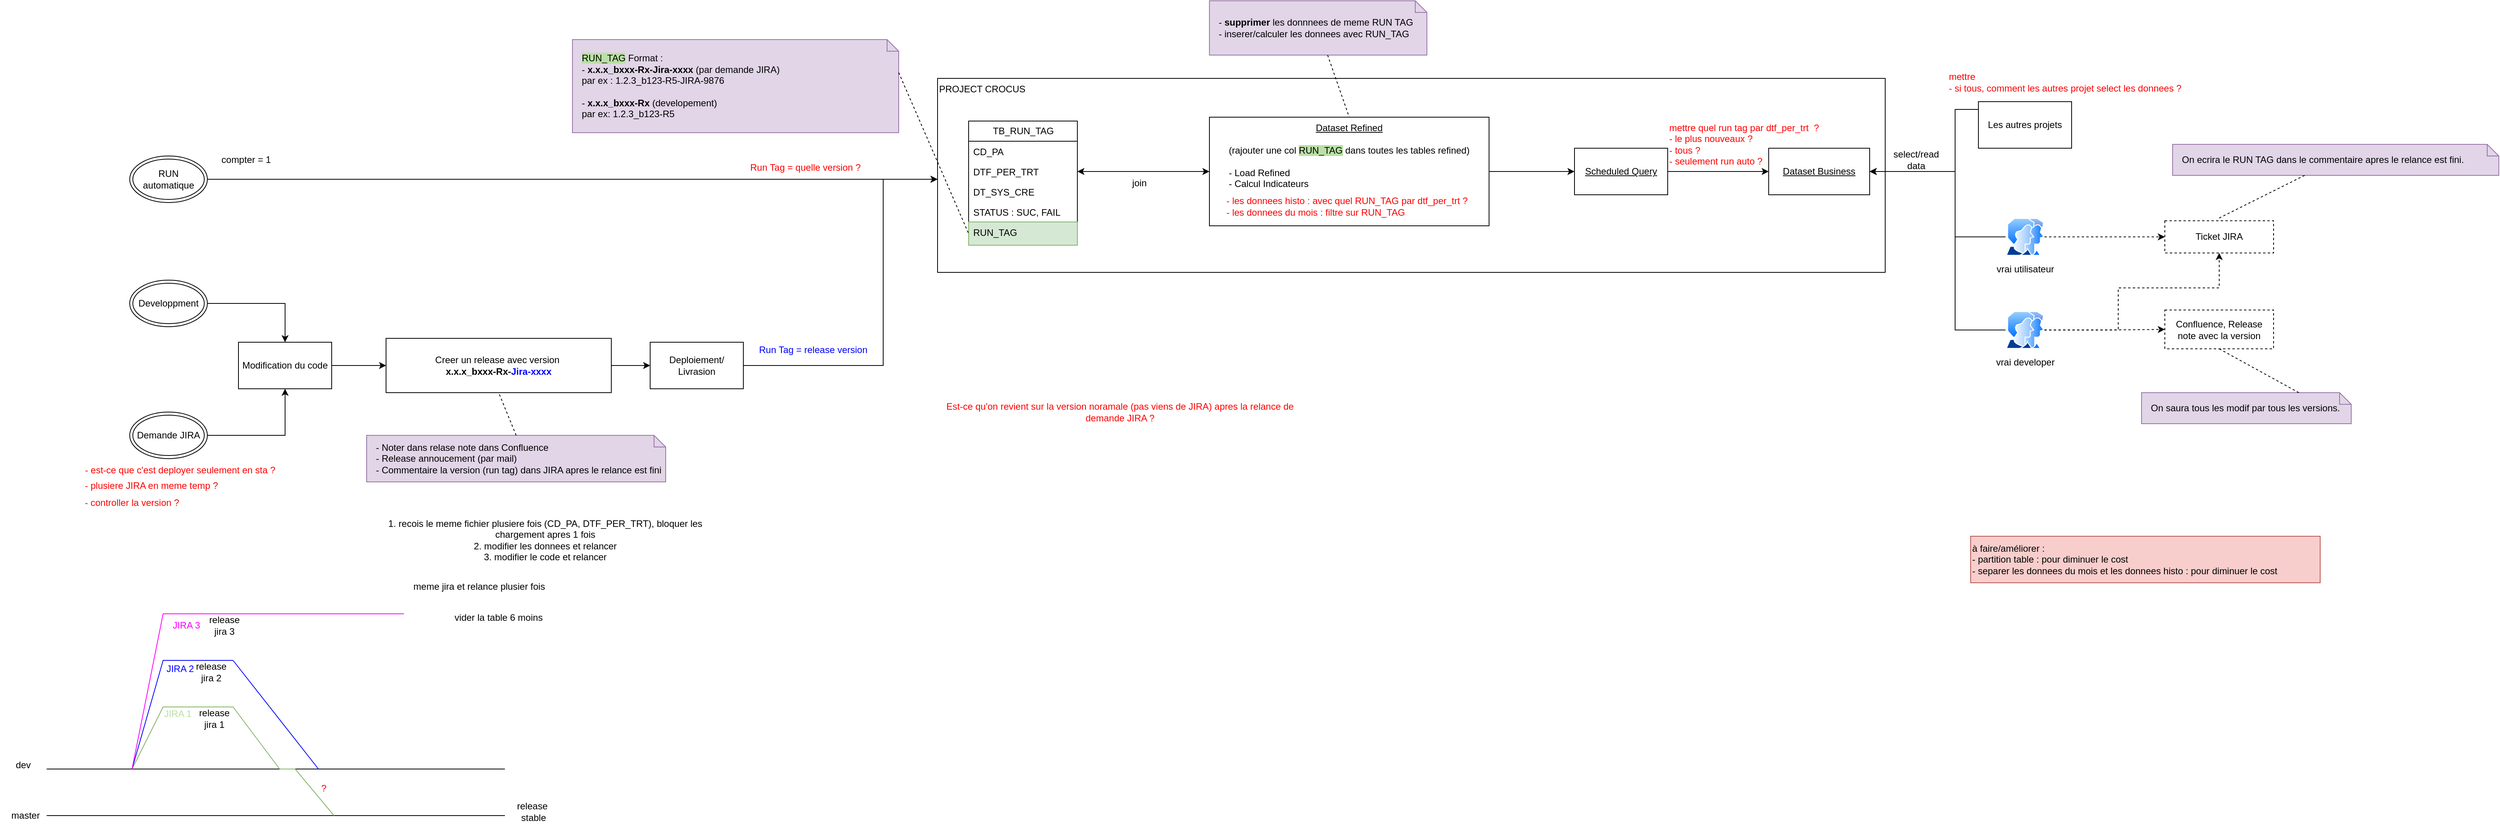
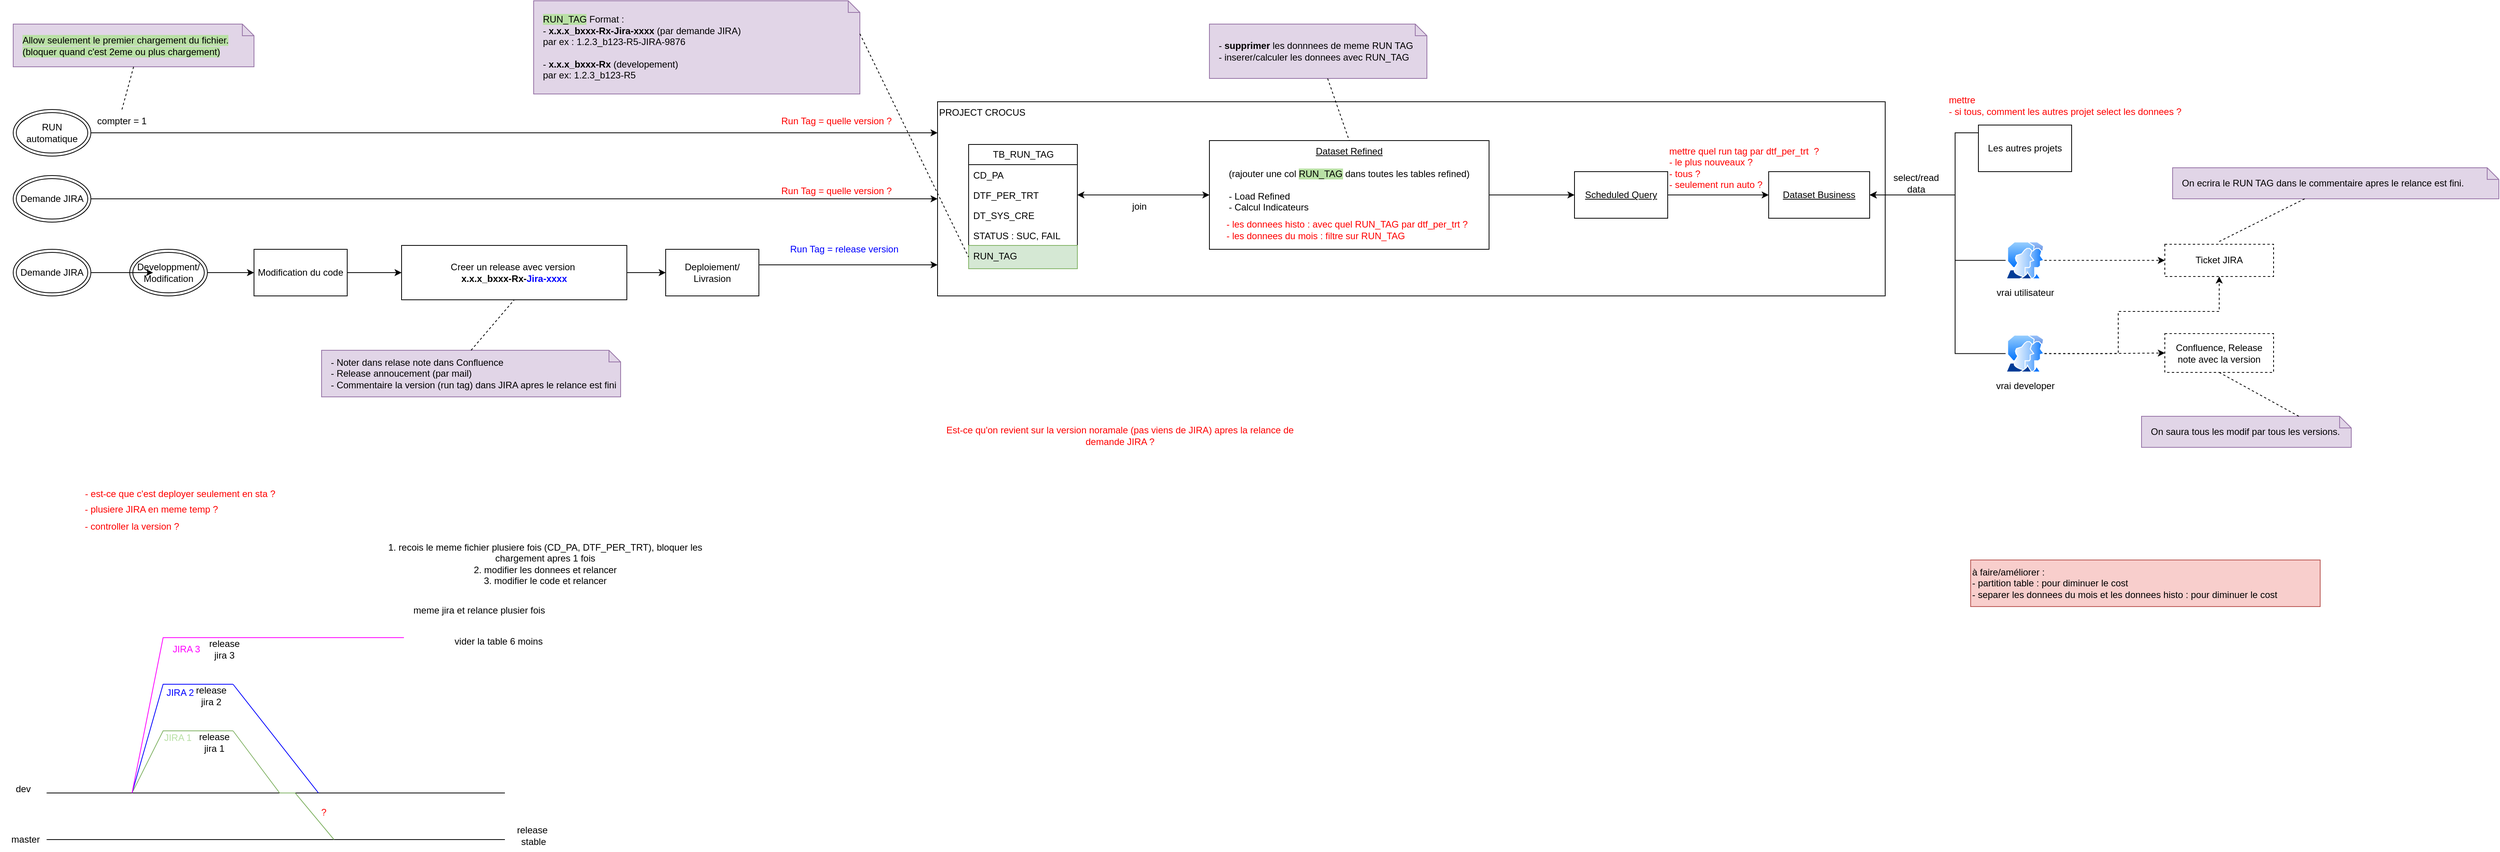
<mxfile host="app.diagrams.net">
  <diagram name="Page-1" id="bEAYSmEDHXBXhFzCy1HB">
-     <mxGraphModel dx="2481" dy="918" grid="1" gridSize="10" guides="1" tooltips="1" connect="1" arrows="1" fold="1" page="1" pageScale="1" pageWidth="827" pageHeight="1169" math="0" shadow="0">
+     <mxGraphModel dx="2472" dy="780" grid="1" gridSize="10" guides="1" tooltips="1" connect="1" arrows="1" fold="1" page="1" pageScale="1" pageWidth="827" pageHeight="1169" math="0" shadow="0">
      <root>
        <mxCell id="0" />
        <mxCell id="1" parent="0" />
        <mxCell id="QUzsFoNl6aFI_2ed8XXq-13" parent="1" style="rounded=0;whiteSpace=wrap;html=1;align=left;verticalAlign=top;" value="PROJECT CROCUS" vertex="1">
          <mxGeometry height="250" width="1220" x="380" y="140" as="geometry" />
        </mxCell>
        <mxCell id="QUzsFoNl6aFI_2ed8XXq-1" parent="1" style="swimlane;fontStyle=0;childLayout=stackLayout;horizontal=1;startSize=26;fillColor=none;horizontalStack=0;resizeParent=1;resizeParentMax=0;resizeLast=0;collapsible=1;marginBottom=0;html=1;" value="TB_RUN_TAG" vertex="1">
          <mxGeometry height="160" width="140" x="420" y="195" as="geometry" />
        </mxCell>
        <mxCell id="QUzsFoNl6aFI_2ed8XXq-2" parent="QUzsFoNl6aFI_2ed8XXq-1" style="text;strokeColor=none;fillColor=none;align=left;verticalAlign=top;spacingLeft=4;spacingRight=4;overflow=hidden;rotatable=0;points=[[0,0.5],[1,0.5]];portConstraint=eastwest;whiteSpace=wrap;html=1;" value="CD_PA" vertex="1">
          <mxGeometry height="26" width="140" y="26" as="geometry" />
        </mxCell>
        <mxCell id="QUzsFoNl6aFI_2ed8XXq-3" parent="QUzsFoNl6aFI_2ed8XXq-1" style="text;strokeColor=none;fillColor=none;align=left;verticalAlign=top;spacingLeft=4;spacingRight=4;overflow=hidden;rotatable=0;points=[[0,0.5],[1,0.5]];portConstraint=eastwest;whiteSpace=wrap;html=1;" value="DTF_PER_TRT" vertex="1">
          <mxGeometry height="26" width="140" y="52" as="geometry" />
        </mxCell>
        <mxCell id="QUzsFoNl6aFI_2ed8XXq-4" parent="QUzsFoNl6aFI_2ed8XXq-1" style="text;strokeColor=none;fillColor=none;align=left;verticalAlign=top;spacingLeft=4;spacingRight=4;overflow=hidden;rotatable=0;points=[[0,0.5],[1,0.5]];portConstraint=eastwest;whiteSpace=wrap;html=1;" value="DT_SYS_CRE" vertex="1">
          <mxGeometry height="26" width="140" y="78" as="geometry" />
        </mxCell>
        <mxCell id="QUzsFoNl6aFI_2ed8XXq-105" parent="QUzsFoNl6aFI_2ed8XXq-1" style="text;strokeColor=none;fillColor=none;align=left;verticalAlign=top;spacingLeft=4;spacingRight=4;overflow=hidden;rotatable=0;points=[[0,0.5],[1,0.5]];portConstraint=eastwest;whiteSpace=wrap;html=1;" value="STATUS : SUC, FAIL" vertex="1">
          <mxGeometry height="26" width="140" y="104" as="geometry" />
        </mxCell>
        <mxCell id="QUzsFoNl6aFI_2ed8XXq-5" parent="QUzsFoNl6aFI_2ed8XXq-1" style="text;strokeColor=#82b366;fillColor=#d5e8d4;align=left;verticalAlign=top;spacingLeft=4;spacingRight=4;overflow=hidden;rotatable=0;points=[[0,0.5],[1,0.5]];portConstraint=eastwest;whiteSpace=wrap;html=1;" value="RUN_TAG" vertex="1">
          <mxGeometry height="30" width="140" y="130" as="geometry" />
        </mxCell>
        <mxCell id="QUzsFoNl6aFI_2ed8XXq-7" parent="1" style="shape=note;size=15;align=left;spacingLeft=10;html=1;whiteSpace=wrap;fillColor=#e1d5e7;strokeColor=#9673a6;" value="&lt;span style=&quot;background-color: rgb(185, 224, 165);&quot;&gt;RUN_TAG&lt;/span&gt; Format :&amp;nbsp;&lt;div&gt;- &lt;b&gt;x.x.x_bxxx-Rx-Jira-xxxx&lt;/b&gt; (par demande JIRA)&amp;nbsp;&lt;/div&gt;&lt;div&gt;par ex : 1.2.3_b123-R5-JIRA-9876&lt;/div&gt;&lt;div&gt;&lt;br&gt;&lt;/div&gt;&lt;div&gt;-&lt;b&gt; x.x.x_bxxx-Rx&lt;/b&gt; (developement)&lt;/div&gt;&lt;div&gt;&lt;span style=&quot;background-color: transparent; color: light-dark(rgb(0, 0, 0), rgb(255, 255, 255));&quot;&gt;par ex: 1.2.3_b123-R5&lt;/span&gt;&lt;/div&gt;" vertex="1">
-           <mxGeometry height="120" width="420" x="-90" y="90" as="geometry" />
+           <mxGeometry height="120" width="420" x="-140" y="10" as="geometry" />
        </mxCell>
        <mxCell id="QUzsFoNl6aFI_2ed8XXq-8" edge="1" parent="1" source="QUzsFoNl6aFI_2ed8XXq-7" style="edgeStyle=none;endArrow=none;exitX=0;exitY=0;dashed=1;html=1;rounded=0;entryX=0;entryY=0.5;entryDx=0;entryDy=0;exitDx=420;exitDy=42.5;exitPerimeter=0;" target="QUzsFoNl6aFI_2ed8XXq-5" value="">
          <mxGeometry relative="1" x="1" as="geometry">
            <mxPoint x="590" y="660" as="targetPoint" />
          </mxGeometry>
        </mxCell>
        <mxCell id="QUzsFoNl6aFI_2ed8XXq-10" parent="1" style="rounded=0;whiteSpace=wrap;html=1;dashed=1;" value="Confluence, Release note avec la v&lt;span style=&quot;background-color: transparent; color: light-dark(rgb(0, 0, 0), rgb(255, 255, 255));&quot;&gt;ersion&lt;/span&gt;" vertex="1">
          <mxGeometry height="50" width="140" x="1960" y="438.5" as="geometry" />
        </mxCell>
        <mxCell id="QUzsFoNl6aFI_2ed8XXq-11" parent="1" style="rounded=0;whiteSpace=wrap;html=1;dashed=1;" value="Ticket JIRA" vertex="1">
          <mxGeometry height="41.5" width="140" x="1960" y="323.5" as="geometry" />
        </mxCell>
        <mxCell id="QUzsFoNl6aFI_2ed8XXq-42" edge="1" parent="1" source="QUzsFoNl6aFI_2ed8XXq-12" style="edgeStyle=orthogonalEdgeStyle;rounded=0;orthogonalLoop=1;jettySize=auto;html=1;entryX=1;entryY=0.5;entryDx=0;entryDy=0;startArrow=classic;startFill=1;" target="QUzsFoNl6aFI_2ed8XXq-3">
          <mxGeometry relative="1" as="geometry" />
        </mxCell>
        <mxCell id="QUzsFoNl6aFI_2ed8XXq-50" edge="1" parent="1" source="QUzsFoNl6aFI_2ed8XXq-12" style="edgeStyle=orthogonalEdgeStyle;rounded=0;orthogonalLoop=1;jettySize=auto;html=1;" target="QUzsFoNl6aFI_2ed8XXq-46">
          <mxGeometry relative="1" as="geometry">
            <Array as="points" />
          </mxGeometry>
        </mxCell>
        <mxCell id="QUzsFoNl6aFI_2ed8XXq-12" parent="1" style="rounded=0;whiteSpace=wrap;html=1;verticalAlign=top;" value="&lt;u&gt;Dataset Refined&lt;/u&gt;&lt;div&gt;&lt;u&gt;&lt;br&gt;&lt;/u&gt;&lt;div&gt;(rajouter une col &lt;span style=&quot;background-color: rgb(185, 224, 165);&quot;&gt;RUN_TAG&lt;/span&gt;&lt;span&gt; &lt;/span&gt;dans toutes les tables refined)&lt;/div&gt;&lt;div&gt;&lt;br&gt;&lt;/div&gt;&lt;div style=&quot;text-align: left;&quot;&gt;- Load Refined&amp;nbsp; &amp;nbsp; &amp;nbsp; &amp;nbsp;&lt;/div&gt;&lt;div style=&quot;text-align: left;&quot;&gt;- Calcul Indicateurs&lt;/div&gt;&lt;/div&gt;" vertex="1">
          <mxGeometry height="140" width="360" x="730" y="190" as="geometry" />
        </mxCell>
-         <mxCell id="QUzsFoNl6aFI_2ed8XXq-27" edge="1" parent="1" source="QUzsFoNl6aFI_2ed8XXq-33" style="edgeStyle=orthogonalEdgeStyle;rounded=0;orthogonalLoop=1;jettySize=auto;html=1;entryX=0.5;entryY=0;entryDx=0;entryDy=0;" target="QUzsFoNl6aFI_2ed8XXq-23">
-           <mxGeometry relative="1" as="geometry">
-             <mxPoint x="-760" y="325" as="sourcePoint" />
-           </mxGeometry>
-         </mxCell>
-         <mxCell id="QUzsFoNl6aFI_2ed8XXq-29" edge="1" parent="1" source="QUzsFoNl6aFI_2ed8XXq-34" style="edgeStyle=orthogonalEdgeStyle;rounded=0;orthogonalLoop=1;jettySize=auto;html=1;entryX=0.5;entryY=1;entryDx=0;entryDy=0;" target="QUzsFoNl6aFI_2ed8XXq-23">
-           <mxGeometry relative="1" as="geometry">
-             <mxPoint x="-820" y="785" as="sourcePoint" />
+         <mxCell id="QUzsFoNl6aFI_2ed8XXq-27" edge="1" parent="1" source="QUzsFoNl6aFI_2ed8XXq-33" style="edgeStyle=orthogonalEdgeStyle;rounded=0;orthogonalLoop=1;jettySize=auto;html=1;entryX=0;entryY=0.5;entryDx=0;entryDy=0;" target="QUzsFoNl6aFI_2ed8XXq-23">
+           <mxGeometry relative="1" as="geometry">
+             <mxPoint x="-740" y="175" as="sourcePoint" />
          </mxGeometry>
        </mxCell>
        <mxCell id="QUzsFoNl6aFI_2ed8XXq-19" parent="1" style="text;html=1;whiteSpace=wrap;strokeColor=none;fillColor=none;align=center;verticalAlign=middle;rounded=0;fontColor=#0000FF;" value="&lt;font style=&quot;color: rgb(255, 0, 0);&quot;&gt;Run Tag = quelle version ?&lt;/font&gt;" vertex="1">
-           <mxGeometry height="30" width="200" x="110" y="240" as="geometry" />
+           <mxGeometry height="30" width="200" x="150" y="240" as="geometry" />
        </mxCell>
        <mxCell id="QUzsFoNl6aFI_2ed8XXq-28" edge="1" parent="1" source="QUzsFoNl6aFI_2ed8XXq-23" style="edgeStyle=orthogonalEdgeStyle;rounded=0;orthogonalLoop=1;jettySize=auto;html=1;" target="QUzsFoNl6aFI_2ed8XXq-25">
          <mxGeometry relative="1" as="geometry" />
        </mxCell>
        <mxCell id="QUzsFoNl6aFI_2ed8XXq-23" parent="1" style="rounded=0;whiteSpace=wrap;html=1;" value="Modification du code" vertex="1">
-           <mxGeometry height="60" width="120" x="-520" y="480" as="geometry" />
+           <mxGeometry height="60" width="120" x="-500" y="330" as="geometry" />
        </mxCell>
        <mxCell id="QUzsFoNl6aFI_2ed8XXq-31" edge="1" parent="1" source="QUzsFoNl6aFI_2ed8XXq-24" style="edgeStyle=orthogonalEdgeStyle;rounded=0;orthogonalLoop=1;jettySize=auto;html=1;" target="QUzsFoNl6aFI_2ed8XXq-13">
          <mxGeometry relative="1" as="geometry">
            <Array as="points">
-               <mxPoint x="310" y="510" />
-               <mxPoint x="310" y="270" />
+               <mxPoint x="230" y="350" />
+               <mxPoint x="230" y="350" />
            </Array>
          </mxGeometry>
        </mxCell>
        <mxCell id="QUzsFoNl6aFI_2ed8XXq-24" parent="1" style="rounded=0;whiteSpace=wrap;html=1;" value="Deploiement/ Livrasion" vertex="1">
-           <mxGeometry height="60" width="120" x="10" y="480" as="geometry" />
+           <mxGeometry height="60" width="120" x="30" y="330" as="geometry" />
        </mxCell>
        <mxCell id="QUzsFoNl6aFI_2ed8XXq-30" edge="1" parent="1" source="QUzsFoNl6aFI_2ed8XXq-25" style="edgeStyle=orthogonalEdgeStyle;rounded=0;orthogonalLoop=1;jettySize=auto;html=1;entryX=0;entryY=0.5;entryDx=0;entryDy=0;" target="QUzsFoNl6aFI_2ed8XXq-24">
          <mxGeometry relative="1" as="geometry" />
        </mxCell>
        <mxCell id="QUzsFoNl6aFI_2ed8XXq-25" parent="1" style="rounded=0;whiteSpace=wrap;html=1;" value="Creer un release avec version&amp;nbsp;&lt;div&gt;&lt;span style=&quot;text-align: left;&quot;&gt;&lt;b&gt;x.x.x_bxxx-Rx-&lt;font style=&quot;color: rgb(0, 0, 255);&quot;&gt;Jira-xxxx&lt;/font&gt;&lt;/b&gt;&lt;/span&gt;&lt;/div&gt;" vertex="1">
-           <mxGeometry height="70" width="290" x="-330" y="475" as="geometry" />
-         </mxCell>
-         <mxCell id="QUzsFoNl6aFI_2ed8XXq-33" parent="1" style="ellipse;shape=doubleEllipse;whiteSpace=wrap;html=1;" value="Developpment" vertex="1">
-           <mxGeometry height="60" width="100" x="-660" y="400" as="geometry" />
+           <mxGeometry height="70" width="290" x="-310" y="325" as="geometry" />
+         </mxCell>
+         <mxCell id="QUzsFoNl6aFI_2ed8XXq-33" parent="1" style="ellipse;shape=doubleEllipse;whiteSpace=wrap;html=1;" value="Developpment/&lt;div&gt;Modification&lt;/div&gt;" vertex="1">
+           <mxGeometry height="60" width="100" x="-660" y="330" as="geometry" />
+         </mxCell>
+         <mxCell id="cKu8MT6L8Fp_BZaxLZj7-5" edge="1" parent="1" source="QUzsFoNl6aFI_2ed8XXq-34" style="edgeStyle=orthogonalEdgeStyle;rounded=0;orthogonalLoop=1;jettySize=auto;html=1;" target="QUzsFoNl6aFI_2ed8XXq-13">
+           <mxGeometry relative="1" as="geometry">
+             <Array as="points">
+               <mxPoint x="-190" y="265" />
+               <mxPoint x="-190" y="265" />
+             </Array>
+           </mxGeometry>
        </mxCell>
        <mxCell id="QUzsFoNl6aFI_2ed8XXq-34" parent="1" style="ellipse;shape=doubleEllipse;whiteSpace=wrap;html=1;" value="Demande JIRA" vertex="1">
-           <mxGeometry height="60" width="100" x="-660" y="570" as="geometry" />
+           <mxGeometry height="60" width="100" x="-810" y="235" as="geometry" />
        </mxCell>
        <mxCell id="QUzsFoNl6aFI_2ed8XXq-36" edge="1" parent="1" source="QUzsFoNl6aFI_2ed8XXq-35" style="edgeStyle=orthogonalEdgeStyle;rounded=0;orthogonalLoop=1;jettySize=auto;html=1;" target="QUzsFoNl6aFI_2ed8XXq-13">
          <mxGeometry relative="1" as="geometry">
            <Array as="points">
-               <mxPoint x="40" y="270" />
-               <mxPoint x="40" y="270" />
+               <mxPoint x="110" y="180" />
+               <mxPoint x="110" y="180" />
            </Array>
          </mxGeometry>
        </mxCell>
        <mxCell id="QUzsFoNl6aFI_2ed8XXq-35" parent="1" style="ellipse;shape=doubleEllipse;whiteSpace=wrap;html=1;" value="RUN automatique" vertex="1">
-           <mxGeometry height="60" width="100" x="-660" y="240" as="geometry" />
+           <mxGeometry height="60" width="100" x="-810" y="150" as="geometry" />
        </mxCell>
        <mxCell id="QUzsFoNl6aFI_2ed8XXq-37" parent="1" style="text;html=1;whiteSpace=wrap;strokeColor=none;fillColor=none;align=center;verticalAlign=middle;rounded=0;fontColor=#0000FF;" value="Run Tag = release version" vertex="1">
-           <mxGeometry height="30" width="200" x="120" y="475" as="geometry" />
+           <mxGeometry height="30" width="200" x="160" y="315" as="geometry" />
        </mxCell>
        <mxCell id="QUzsFoNl6aFI_2ed8XXq-38" parent="1" style="shape=note;size=15;align=left;spacingLeft=10;html=1;whiteSpace=wrap;fillColor=#e1d5e7;strokeColor=#9673a6;" value="- Noter dans relase note dans Confluence&lt;div&gt;- Release annoucement (par mail)&lt;/div&gt;&lt;div&gt;- Commentaire la version (run tag) dans JIRA apres le relance est fini&lt;/div&gt;" vertex="1">
-           <mxGeometry height="60" width="385" x="-355" y="600" as="geometry" />
+           <mxGeometry height="60" width="385" x="-413" y="460" as="geometry" />
        </mxCell>
        <mxCell id="QUzsFoNl6aFI_2ed8XXq-39" edge="1" parent="1" source="QUzsFoNl6aFI_2ed8XXq-38" style="edgeStyle=none;endArrow=none;exitX=0.5;exitY=0;dashed=1;html=1;rounded=0;entryX=0.5;entryY=1;entryDx=0;entryDy=0;exitDx=0;exitDy=0;exitPerimeter=0;" target="QUzsFoNl6aFI_2ed8XXq-25" value="">
          <mxGeometry relative="1" x="1" as="geometry">
            <mxPoint x="710" y="660" as="sourcePoint" />
            <mxPoint x="762" y="510" as="targetPoint" />
          </mxGeometry>
        </mxCell>
        <mxCell id="QUzsFoNl6aFI_2ed8XXq-40" parent="1" style="shape=note;size=15;align=left;spacingLeft=10;html=1;whiteSpace=wrap;fillColor=#e1d5e7;strokeColor=#9673a6;" value="- &lt;b&gt;supprimer &lt;/b&gt;les donnnees de meme RUN TAG&lt;div&gt;- inserer/calculer les donnees avec RUN_TAG&lt;/div&gt;" vertex="1">
          <mxGeometry height="70" width="280" x="730" y="40" as="geometry" />
        </mxCell>
        <mxCell id="QUzsFoNl6aFI_2ed8XXq-41" edge="1" parent="1" source="QUzsFoNl6aFI_2ed8XXq-40" style="edgeStyle=none;endArrow=none;dashed=1;html=1;rounded=0;entryX=0.5;entryY=0;entryDx=0;entryDy=0;" target="QUzsFoNl6aFI_2ed8XXq-12" value="">
          <mxGeometry relative="1" x="1" as="geometry">
            <mxPoint x="720" y="650" as="sourcePoint" />
            <mxPoint x="772" y="500" as="targetPoint" />
          </mxGeometry>
        </mxCell>
        <mxCell id="QUzsFoNl6aFI_2ed8XXq-43" parent="1" style="text;html=1;whiteSpace=wrap;strokeColor=none;fillColor=none;align=left;verticalAlign=middle;rounded=0;" value="&lt;font style=&quot;color: rgb(255, 0, 0);&quot;&gt;- les donnees histo : avec quel RUN_TAG par dtf_per_trt ?&lt;/font&gt;&lt;div&gt;&lt;font style=&quot;color: rgb(255, 0, 0);&quot;&gt;- les donnees du mois : f&lt;/font&gt;&lt;span style=&quot;color: light-dark(rgb(255, 0, 0), rgb(255, 144, 144)); background-color: transparent;&quot;&gt;iltre sur RUN_TAG&lt;/span&gt;&lt;/div&gt;" vertex="1">
          <mxGeometry height="30" width="330" x="750" y="290" as="geometry" />
        </mxCell>
        <mxCell id="QUzsFoNl6aFI_2ed8XXq-45" parent="1" style="rounded=0;whiteSpace=wrap;html=1;" value="&lt;u&gt;Dataset Business&lt;/u&gt;" vertex="1">
          <mxGeometry height="60" width="130" x="1450" y="230" as="geometry" />
        </mxCell>
        <mxCell id="QUzsFoNl6aFI_2ed8XXq-48" edge="1" parent="1" source="QUzsFoNl6aFI_2ed8XXq-46" style="edgeStyle=orthogonalEdgeStyle;rounded=0;orthogonalLoop=1;jettySize=auto;html=1;" target="QUzsFoNl6aFI_2ed8XXq-45">
          <mxGeometry relative="1" as="geometry" />
        </mxCell>
        <mxCell id="QUzsFoNl6aFI_2ed8XXq-46" parent="1" style="rounded=0;whiteSpace=wrap;html=1;" value="&lt;u&gt;Scheduled Query&lt;/u&gt;" vertex="1">
          <mxGeometry height="60" width="120" x="1200" y="230" as="geometry" />
        </mxCell>
        <mxCell id="QUzsFoNl6aFI_2ed8XXq-51" parent="1" style="text;html=1;whiteSpace=wrap;strokeColor=none;fillColor=none;align=left;verticalAlign=middle;rounded=0;fontColor=#FF0000;" value="mettre quel run tag par dtf_per_trt&amp;nbsp;&amp;nbsp;?&amp;nbsp;&lt;div&gt;- le plus nouveaux ?&lt;/div&gt;&lt;div&gt;- tous ?&lt;/div&gt;&lt;div&gt;- seulement run auto ?&lt;/div&gt;" vertex="1">
          <mxGeometry height="30" width="370" x="1320" y="210" as="geometry" />
        </mxCell>
        <mxCell id="QUzsFoNl6aFI_2ed8XXq-59" edge="1" parent="1" source="QUzsFoNl6aFI_2ed8XXq-52" style="edgeStyle=orthogonalEdgeStyle;rounded=0;orthogonalLoop=1;jettySize=auto;html=1;entryX=1;entryY=0.5;entryDx=0;entryDy=0;" target="QUzsFoNl6aFI_2ed8XXq-45">
          <mxGeometry relative="1" as="geometry">
            <Array as="points">
              <mxPoint x="1690" y="180" />
              <mxPoint x="1690" y="260" />
            </Array>
          </mxGeometry>
        </mxCell>
        <mxCell id="QUzsFoNl6aFI_2ed8XXq-52" parent="1" style="rounded=0;whiteSpace=wrap;html=1;" value="Les autres projets" vertex="1">
          <mxGeometry height="60" width="120" x="1720" y="170" as="geometry" />
        </mxCell>
        <mxCell id="QUzsFoNl6aFI_2ed8XXq-58" edge="1" parent="1" source="QUzsFoNl6aFI_2ed8XXq-57" style="edgeStyle=orthogonalEdgeStyle;rounded=0;orthogonalLoop=1;jettySize=auto;html=1;entryX=1;entryY=0.5;entryDx=0;entryDy=0;" target="QUzsFoNl6aFI_2ed8XXq-45">
          <mxGeometry relative="1" as="geometry">
            <Array as="points">
              <mxPoint x="1690" y="344" />
              <mxPoint x="1690" y="260" />
            </Array>
          </mxGeometry>
        </mxCell>
        <mxCell id="QUzsFoNl6aFI_2ed8XXq-65" edge="1" parent="1" source="QUzsFoNl6aFI_2ed8XXq-57" style="edgeStyle=orthogonalEdgeStyle;rounded=0;orthogonalLoop=1;jettySize=auto;html=1;dashed=1;" target="QUzsFoNl6aFI_2ed8XXq-11">
          <mxGeometry relative="1" as="geometry" />
        </mxCell>
        <mxCell id="QUzsFoNl6aFI_2ed8XXq-57" parent="1" style="image;aspect=fixed;perimeter=ellipsePerimeter;html=1;align=center;shadow=0;dashed=0;spacingTop=3;image=img/lib/active_directory/user_accounts.svg;" value="vrai utilisateur" vertex="1">
          <mxGeometry height="48.5" width="50" x="1755" y="320" as="geometry" />
        </mxCell>
        <mxCell id="QUzsFoNl6aFI_2ed8XXq-60" parent="1" style="text;html=1;whiteSpace=wrap;strokeColor=none;fillColor=none;align=center;verticalAlign=middle;rounded=0;" value="select/read data" vertex="1">
          <mxGeometry height="30" width="60" x="1610" y="230" as="geometry" />
        </mxCell>
        <mxCell id="QUzsFoNl6aFI_2ed8XXq-63" edge="1" parent="1" source="QUzsFoNl6aFI_2ed8XXq-62" style="edgeStyle=orthogonalEdgeStyle;rounded=0;orthogonalLoop=1;jettySize=auto;html=1;entryX=1;entryY=0.5;entryDx=0;entryDy=0;" target="QUzsFoNl6aFI_2ed8XXq-45">
          <mxGeometry relative="1" as="geometry">
            <Array as="points">
              <mxPoint x="1690" y="464" />
              <mxPoint x="1690" y="260" />
            </Array>
          </mxGeometry>
        </mxCell>
        <mxCell id="QUzsFoNl6aFI_2ed8XXq-66" edge="1" parent="1" source="QUzsFoNl6aFI_2ed8XXq-62" style="edgeStyle=orthogonalEdgeStyle;rounded=0;orthogonalLoop=1;jettySize=auto;html=1;dashed=1;" target="QUzsFoNl6aFI_2ed8XXq-10">
          <mxGeometry relative="1" as="geometry" />
        </mxCell>
        <mxCell id="QUzsFoNl6aFI_2ed8XXq-68" edge="1" parent="1" source="QUzsFoNl6aFI_2ed8XXq-62" style="edgeStyle=orthogonalEdgeStyle;rounded=0;orthogonalLoop=1;jettySize=auto;html=1;entryX=0.5;entryY=1;entryDx=0;entryDy=0;dashed=1;" target="QUzsFoNl6aFI_2ed8XXq-11">
          <mxGeometry relative="1" as="geometry">
            <Array as="points">
              <mxPoint x="1900" y="464" />
              <mxPoint x="1900" y="410" />
              <mxPoint x="2030" y="410" />
            </Array>
          </mxGeometry>
        </mxCell>
        <mxCell id="QUzsFoNl6aFI_2ed8XXq-62" parent="1" style="image;aspect=fixed;perimeter=ellipsePerimeter;html=1;align=center;shadow=0;dashed=0;spacingTop=3;image=img/lib/active_directory/user_accounts.svg;" value="vrai developer" vertex="1">
          <mxGeometry height="48.5" width="50" x="1755" y="440" as="geometry" />
        </mxCell>
        <mxCell id="QUzsFoNl6aFI_2ed8XXq-69" parent="1" style="shape=note;size=15;align=left;spacingLeft=10;html=1;whiteSpace=wrap;fillColor=#e1d5e7;strokeColor=#9673a6;" value="On ecrira le RUN TAG dans le commentaire apres le relance est fini." vertex="1">
          <mxGeometry height="40" width="420" x="1970" y="225" as="geometry" />
        </mxCell>
        <mxCell id="QUzsFoNl6aFI_2ed8XXq-70" edge="1" parent="1" source="QUzsFoNl6aFI_2ed8XXq-69" style="edgeStyle=none;endArrow=none;dashed=1;html=1;rounded=0;" value="">
          <mxGeometry relative="1" x="1" as="geometry">
            <mxPoint x="970" y="210" as="sourcePoint" />
            <mxPoint x="2030" y="320" as="targetPoint" />
          </mxGeometry>
        </mxCell>
        <mxCell id="QUzsFoNl6aFI_2ed8XXq-71" parent="1" style="shape=note;size=15;align=left;spacingLeft=10;html=1;whiteSpace=wrap;fillColor=#e1d5e7;strokeColor=#9673a6;" value="On saura tous les modif par tous les versions." vertex="1">
          <mxGeometry height="40" width="270" x="1930" y="545" as="geometry" />
        </mxCell>
        <mxCell id="QUzsFoNl6aFI_2ed8XXq-72" edge="1" parent="1" source="QUzsFoNl6aFI_2ed8XXq-71" style="edgeStyle=none;endArrow=none;dashed=1;html=1;rounded=0;entryX=0.5;entryY=1;entryDx=0;entryDy=0;exitX=0;exitY=0;exitDx=202.5;exitDy=0;exitPerimeter=0;" target="QUzsFoNl6aFI_2ed8XXq-10" value="">
          <mxGeometry relative="1" x="1" as="geometry">
            <mxPoint x="2180" y="470" as="sourcePoint" />
            <mxPoint x="2070" y="525" as="targetPoint" />
          </mxGeometry>
        </mxCell>
        <mxCell id="QUzsFoNl6aFI_2ed8XXq-73" parent="1" style="text;html=1;whiteSpace=wrap;strokeColor=none;fillColor=none;align=left;verticalAlign=middle;rounded=0;fontColor=#FF0000;" value="mettre&amp;nbsp;&lt;div&gt;&lt;span style=&quot;background-color: transparent; color: light-dark(rgb(255, 0, 0), rgb(255, 144, 144));&quot;&gt;- si tous, comment les autres projet select les donnees ?&lt;/span&gt;&lt;/div&gt;" vertex="1">
          <mxGeometry height="30" width="370" x="1680" y="130" as="geometry" />
        </mxCell>
        <mxCell id="QUzsFoNl6aFI_2ed8XXq-74" parent="1" style="rounded=0;whiteSpace=wrap;html=1;align=left;fillColor=#f8cecc;strokeColor=#b85450;" value="à faire/améliorer :&lt;div&gt;- partition table : pour diminuer le cost&lt;/div&gt;&lt;div&gt;- separer les donnees du mois et les donnees histo&amp;nbsp;&lt;span style=&quot;background-color: transparent; color: light-dark(rgb(0, 0, 0), rgb(255, 255, 255));&quot;&gt;: pour diminuer le cost&lt;/span&gt;&lt;/div&gt;" vertex="1">
          <mxGeometry height="60" width="450" x="1710" y="730" as="geometry" />
        </mxCell>
        <mxCell id="QUzsFoNl6aFI_2ed8XXq-76" parent="1" style="text;html=1;whiteSpace=wrap;strokeColor=none;fillColor=none;align=center;verticalAlign=middle;rounded=0;" value="join" vertex="1">
          <mxGeometry height="30" width="60" x="610" y="260" as="geometry" />
        </mxCell>
        <mxCell id="QUzsFoNl6aFI_2ed8XXq-77" parent="1" style="text;html=1;whiteSpace=wrap;strokeColor=none;fillColor=none;align=center;verticalAlign=middle;rounded=0;fontColor=#FF0000;" value="Est-ce qu&#39;on revient sur la version noramale (pas viens de JIRA) apres la relance de demande JIRA ?" vertex="1">
          <mxGeometry height="30" width="470" x="380" y="555" as="geometry" />
        </mxCell>
        <mxCell id="QUzsFoNl6aFI_2ed8XXq-78" parent="1" style="text;html=1;whiteSpace=wrap;strokeColor=none;fillColor=none;align=center;verticalAlign=middle;rounded=0;fontColor=#FF0000;" value="- est-ce que c&#39;est deployer seulement en sta ?" vertex="1">
          <mxGeometry height="30" width="290" x="-740" y="630" as="geometry" />
        </mxCell>
        <mxCell id="QUzsFoNl6aFI_2ed8XXq-79" parent="1" style="text;html=1;whiteSpace=wrap;strokeColor=none;fillColor=none;align=center;verticalAlign=middle;rounded=0;fontColor=#FF0000;" value="- plusiere JIRA en meme temp ?" vertex="1">
          <mxGeometry height="30" width="290" x="-777" y="650" as="geometry" />
        </mxCell>
        <mxCell id="QUzsFoNl6aFI_2ed8XXq-80" parent="1" style="text;html=1;whiteSpace=wrap;strokeColor=none;fillColor=none;align=center;verticalAlign=middle;rounded=0;fontColor=#FF0000;" value="- controller la version ?" vertex="1">
          <mxGeometry height="30" width="290" x="-802" y="672" as="geometry" />
        </mxCell>
        <mxCell id="QUzsFoNl6aFI_2ed8XXq-81" edge="1" parent="1" style="endArrow=none;html=1;rounded=0;" value="">
          <mxGeometry height="50" relative="1" width="50" as="geometry">
            <mxPoint x="-767" y="1030" as="sourcePoint" />
            <mxPoint x="-177" y="1030" as="targetPoint" />
          </mxGeometry>
        </mxCell>
        <mxCell id="QUzsFoNl6aFI_2ed8XXq-83" edge="1" parent="1" style="endArrow=none;html=1;rounded=0;fillColor=#d5e8d4;strokeColor=#82b366;" value="">
          <mxGeometry height="50" relative="1" width="50" as="geometry">
            <Array as="points">
              <mxPoint x="-617" y="950" />
            </Array>
            <mxPoint x="-657" y="1030" as="sourcePoint" />
            <mxPoint x="-527" y="950" as="targetPoint" />
          </mxGeometry>
        </mxCell>
        <mxCell id="QUzsFoNl6aFI_2ed8XXq-84" parent="1" style="text;html=1;whiteSpace=wrap;strokeColor=none;fillColor=none;align=center;verticalAlign=middle;rounded=0;" value="dev" vertex="1">
          <mxGeometry height="30" width="60" x="-827" y="1010" as="geometry" />
        </mxCell>
        <mxCell id="QUzsFoNl6aFI_2ed8XXq-85" edge="1" parent="1" style="endArrow=none;html=1;rounded=0;strokeColor=#0000FF;" value="">
          <mxGeometry height="50" relative="1" width="50" as="geometry">
            <Array as="points">
              <mxPoint x="-617" y="890" />
            </Array>
            <mxPoint x="-657" y="1030" as="sourcePoint" />
            <mxPoint x="-527" y="890" as="targetPoint" />
          </mxGeometry>
        </mxCell>
        <mxCell id="QUzsFoNl6aFI_2ed8XXq-86" edge="1" parent="1" style="endArrow=none;html=1;rounded=0;strokeColor=#FF00FF;" value="">
          <mxGeometry height="50" relative="1" width="50" as="geometry">
            <Array as="points">
              <mxPoint x="-617" y="830" />
            </Array>
            <mxPoint x="-657" y="1030" as="sourcePoint" />
            <mxPoint x="-307" y="830" as="targetPoint" />
          </mxGeometry>
        </mxCell>
        <mxCell id="QUzsFoNl6aFI_2ed8XXq-87" parent="1" style="text;html=1;whiteSpace=wrap;strokeColor=none;fillColor=none;align=center;verticalAlign=middle;rounded=0;fontColor=#B9E0A5;" value="JIRA 1" vertex="1">
          <mxGeometry height="30" width="60" x="-628" y="944" as="geometry" />
        </mxCell>
        <mxCell id="QUzsFoNl6aFI_2ed8XXq-88" parent="1" style="text;html=1;whiteSpace=wrap;strokeColor=none;fillColor=none;align=center;verticalAlign=middle;rounded=0;fontColor=#0000FF;" value="JIRA 2" vertex="1">
          <mxGeometry height="30" width="60" x="-625" y="886" as="geometry" />
        </mxCell>
        <mxCell id="QUzsFoNl6aFI_2ed8XXq-89" parent="1" style="text;html=1;whiteSpace=wrap;strokeColor=none;fillColor=none;align=center;verticalAlign=middle;rounded=0;fontColor=#FF00FF;" value="JIRA 3" vertex="1">
          <mxGeometry height="30" width="60" x="-617" y="830" as="geometry" />
        </mxCell>
        <mxCell id="QUzsFoNl6aFI_2ed8XXq-90" edge="1" parent="1" style="endArrow=none;html=1;rounded=0;" value="">
          <mxGeometry height="50" relative="1" width="50" as="geometry">
            <mxPoint x="-767" y="1090" as="sourcePoint" />
            <mxPoint x="-177" y="1090" as="targetPoint" />
          </mxGeometry>
        </mxCell>
        <mxCell id="QUzsFoNl6aFI_2ed8XXq-91" parent="1" style="text;html=1;whiteSpace=wrap;strokeColor=none;fillColor=none;align=center;verticalAlign=middle;rounded=0;" value="master" vertex="1">
          <mxGeometry height="30" width="60" x="-824" y="1075" as="geometry" />
        </mxCell>
        <mxCell id="QUzsFoNl6aFI_2ed8XXq-92" edge="1" parent="1" style="endArrow=none;html=1;rounded=0;fillColor=#d5e8d4;strokeColor=#82b366;" value="">
          <mxGeometry height="50" relative="1" width="50" as="geometry">
            <mxPoint x="-527" y="950" as="sourcePoint" />
            <mxPoint x="-467" y="1030" as="targetPoint" />
          </mxGeometry>
        </mxCell>
        <mxCell id="QUzsFoNl6aFI_2ed8XXq-94" edge="1" parent="1" style="endArrow=none;html=1;rounded=0;strokeColor=#0000FF;" value="">
          <mxGeometry height="50" relative="1" width="50" as="geometry">
            <mxPoint x="-527" y="890" as="sourcePoint" />
            <mxPoint x="-417" y="1030" as="targetPoint" />
          </mxGeometry>
        </mxCell>
        <mxCell id="QUzsFoNl6aFI_2ed8XXq-95" edge="1" parent="1" style="endArrow=none;html=1;rounded=0;fillColor=#d5e8d4;strokeColor=#82b366;" value="">
          <mxGeometry height="50" relative="1" width="50" as="geometry">
            <mxPoint x="-447" y="1030" as="sourcePoint" />
            <mxPoint x="-397" y="1090" as="targetPoint" />
          </mxGeometry>
        </mxCell>
        <mxCell id="QUzsFoNl6aFI_2ed8XXq-96" edge="1" parent="1" style="endArrow=none;html=1;rounded=0;fillColor=#d5e8d4;strokeColor=#82b366;" value="">
          <mxGeometry height="50" relative="1" width="50" as="geometry">
            <mxPoint x="-467" y="1030" as="sourcePoint" />
            <mxPoint x="-447" y="1030" as="targetPoint" />
          </mxGeometry>
        </mxCell>
        <mxCell id="QUzsFoNl6aFI_2ed8XXq-98" parent="1" style="text;html=1;whiteSpace=wrap;strokeColor=none;fillColor=none;align=center;verticalAlign=middle;rounded=0;" value="release jira 2" vertex="1">
          <mxGeometry height="30" width="60" x="-585" y="890" as="geometry" />
        </mxCell>
        <mxCell id="QUzsFoNl6aFI_2ed8XXq-99" parent="1" style="text;html=1;whiteSpace=wrap;strokeColor=none;fillColor=none;align=center;verticalAlign=middle;rounded=0;" value="release jira 1" vertex="1">
          <mxGeometry height="30" width="60" x="-581" y="950" as="geometry" />
        </mxCell>
        <mxCell id="QUzsFoNl6aFI_2ed8XXq-100" parent="1" style="text;html=1;whiteSpace=wrap;strokeColor=none;fillColor=none;align=center;verticalAlign=middle;rounded=0;" value="release jira 3" vertex="1">
          <mxGeometry height="30" width="60" x="-568" y="830" as="geometry" />
        </mxCell>
        <mxCell id="QUzsFoNl6aFI_2ed8XXq-101" parent="1" style="text;html=1;whiteSpace=wrap;strokeColor=none;fillColor=none;align=center;verticalAlign=middle;rounded=0;" value="release&amp;nbsp; stable" vertex="1">
          <mxGeometry height="30" width="60" x="-170" y="1070" as="geometry" />
        </mxCell>
        <mxCell id="QUzsFoNl6aFI_2ed8XXq-103" parent="1" style="text;html=1;whiteSpace=wrap;strokeColor=none;fillColor=none;align=center;verticalAlign=middle;rounded=0;fontColor=#FF0000;" value="?" vertex="1">
          <mxGeometry height="30" width="60" x="-440" y="1040" as="geometry" />
        </mxCell>
        <mxCell id="QUzsFoNl6aFI_2ed8XXq-104" parent="1" style="text;html=1;whiteSpace=wrap;strokeColor=none;fillColor=none;align=center;verticalAlign=middle;rounded=0;" value="compter = 1" vertex="1">
-           <mxGeometry height="30" width="100" x="-560" y="230" as="geometry" />
+           <mxGeometry height="30" width="100" x="-720" y="150" as="geometry" />
        </mxCell>
        <mxCell id="QUzsFoNl6aFI_2ed8XXq-106" parent="1" style="text;html=1;whiteSpace=wrap;strokeColor=none;fillColor=none;align=center;verticalAlign=middle;rounded=0;" value="1. recois le meme fichier plusiere fois (CD_PA, DTF_PER_TRT), bloquer les chargement apres 1 fois&lt;div&gt;2. modifier les donnees et relancer&lt;/div&gt;&lt;div&gt;3. modifier le code et relancer&lt;/div&gt;" vertex="1">
          <mxGeometry height="30" width="470" x="-360" y="720" as="geometry" />
        </mxCell>
        <mxCell id="QUzsFoNl6aFI_2ed8XXq-107" parent="1" style="text;html=1;whiteSpace=wrap;strokeColor=none;fillColor=none;align=center;verticalAlign=middle;rounded=0;" value="meme jira et relance plusier fois" vertex="1">
          <mxGeometry height="30" width="240" x="-330" y="780" as="geometry" />
        </mxCell>
        <mxCell id="QUzsFoNl6aFI_2ed8XXq-108" parent="1" style="text;html=1;whiteSpace=wrap;strokeColor=none;fillColor=none;align=center;verticalAlign=middle;rounded=0;" value="vider la table 6 moins" vertex="1">
          <mxGeometry height="30" width="170" x="-270" y="820" as="geometry" />
+         </mxCell>
+         <mxCell id="cKu8MT6L8Fp_BZaxLZj7-1" parent="1" style="shape=note;size=15;align=left;spacingLeft=10;html=1;whiteSpace=wrap;fillColor=#e1d5e7;strokeColor=#9673a6;" value="&lt;span style=&quot;background-color: rgb(185, 224, 165);&quot;&gt;Allow seulement le premier chargement du fichier.&lt;br&gt;(bloquer quand c&#39;est 2eme ou plus chargement)&lt;/span&gt;" vertex="1">
+           <mxGeometry height="55" width="310" x="-810" y="40" as="geometry" />
+         </mxCell>
+         <mxCell id="cKu8MT6L8Fp_BZaxLZj7-2" edge="1" parent="1" source="cKu8MT6L8Fp_BZaxLZj7-1" style="edgeStyle=none;endArrow=none;exitX=0.5;exitY=1;dashed=1;html=1;rounded=0;entryX=0.5;entryY=0;entryDx=0;entryDy=0;exitDx=0;exitDy=0;exitPerimeter=0;" target="QUzsFoNl6aFI_2ed8XXq-104" value="">
+           <mxGeometry relative="1" x="1" as="geometry">
+             <mxPoint x="410" y="300" as="sourcePoint" />
+             <mxPoint x="500" y="507" as="targetPoint" />
+           </mxGeometry>
+         </mxCell>
+         <mxCell id="cKu8MT6L8Fp_BZaxLZj7-4" edge="1" parent="1" source="cKu8MT6L8Fp_BZaxLZj7-3" style="edgeStyle=orthogonalEdgeStyle;rounded=0;orthogonalLoop=1;jettySize=auto;html=1;entryX=0;entryY=0.5;entryDx=0;entryDy=0;">
+           <mxGeometry relative="1" as="geometry">
+             <mxPoint x="-630" y="360" as="targetPoint" />
+           </mxGeometry>
+         </mxCell>
+         <mxCell id="cKu8MT6L8Fp_BZaxLZj7-3" parent="1" style="ellipse;shape=doubleEllipse;whiteSpace=wrap;html=1;" value="Demande JIRA" vertex="1">
+           <mxGeometry height="60" width="100" x="-810" y="330" as="geometry" />
+         </mxCell>
+         <mxCell id="cKu8MT6L8Fp_BZaxLZj7-7" parent="1" style="text;html=1;whiteSpace=wrap;strokeColor=none;fillColor=none;align=center;verticalAlign=middle;rounded=0;fontColor=#0000FF;" value="&lt;font style=&quot;color: rgb(255, 0, 0);&quot;&gt;Run Tag = quelle version ?&lt;/font&gt;" vertex="1">
+           <mxGeometry height="30" width="200" x="150" y="150" as="geometry" />
        </mxCell>
      </root>
    </mxGraphModel>
  </diagram>
</mxfile>
